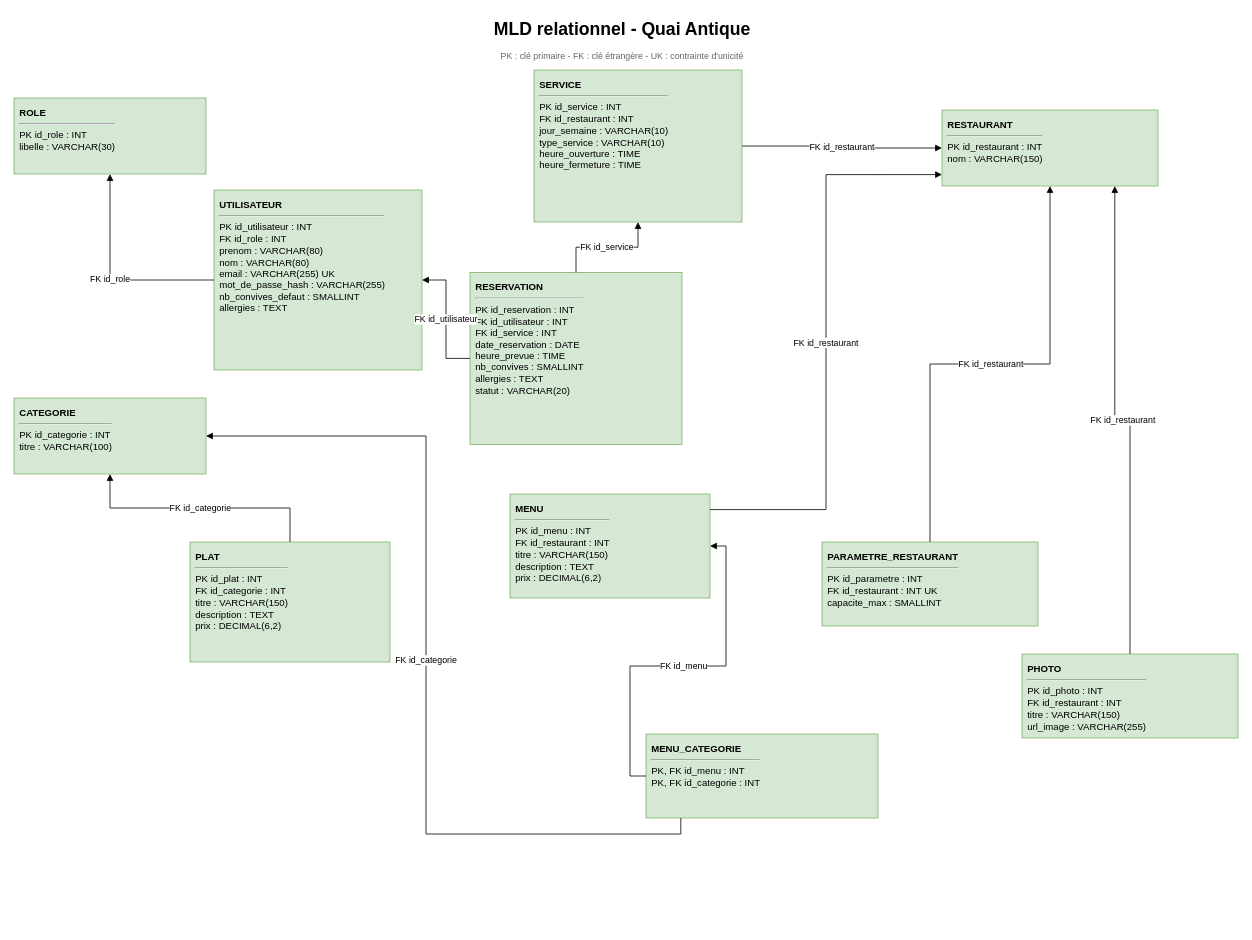
Before: page "02 - MLD Relationnel" (4 of 5) of docs/database/modelisation-quai-antique.drawio in elscribe/quai-antique, a draw.io diagram. Source tidied: cells renumbered, new cells numbered last; positions are measured from the earlier drawing's top-left corner, leaving out a move shared by most shapes. Both pictures are drawn from the tidied source at 80%, with x=0, y=0 at pixel (14, 14).
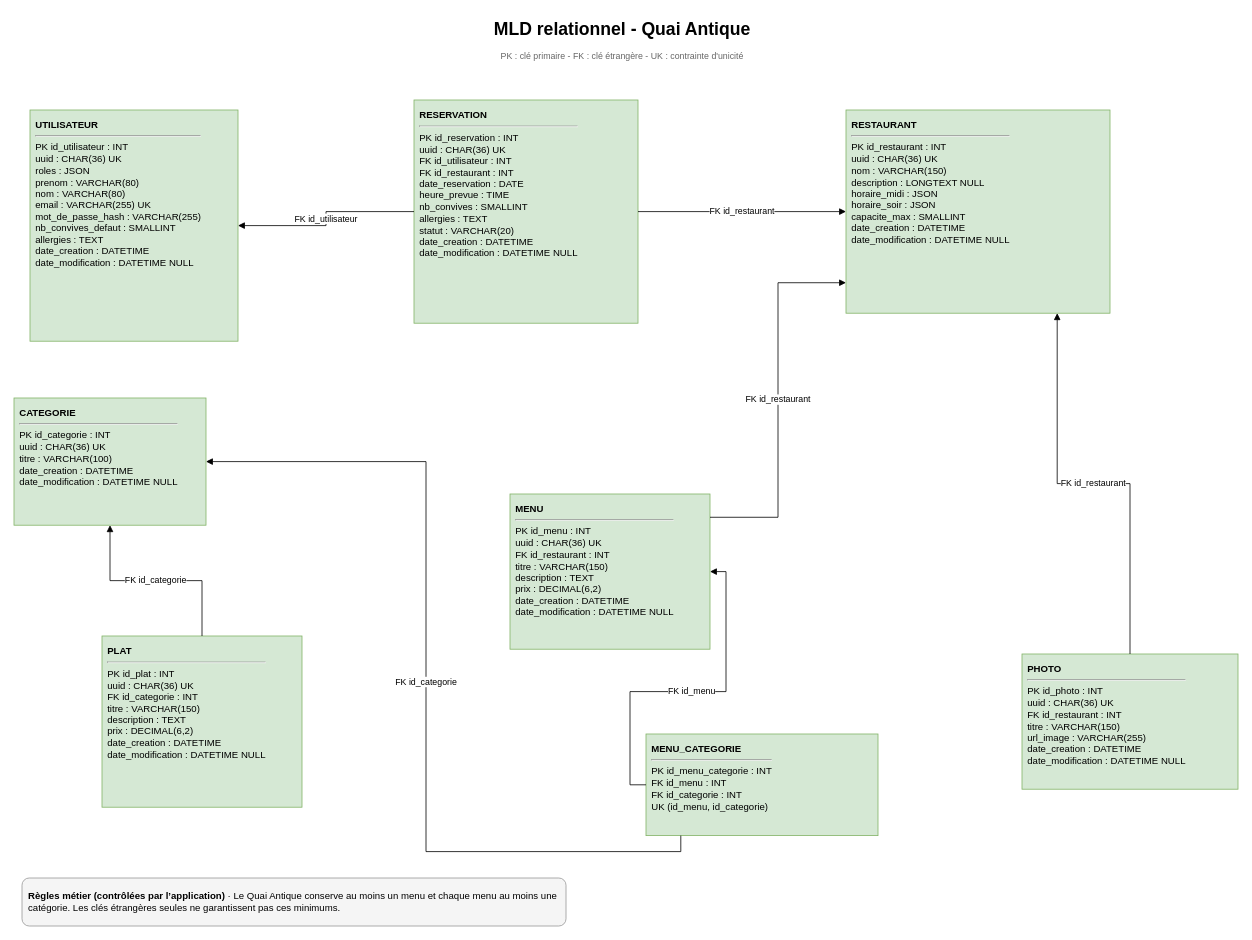
The same page after the edit.

What changed in the source:
```diff
@@
-    <mxCell id="4" value="&lt;b&gt;ROLE&lt;/b&gt;&lt;hr/&gt;PK id_role : INT&lt;br/&gt;libelle : VARCHAR(30)" style="rounded=0;whiteSpace=wrap;html=1;fillColor=#d5e8d4;strokeColor=#82b366;align=left;verticalAlign=top;spacing=7;" parent="1" vertex="1">
-      <mxGeometry y="105" width="240" height="95" as="geometry" />
-    </mxCell>
-    <mxCell id="5" value="&lt;b&gt;UTILISATEUR&lt;/b&gt;&lt;hr/&gt;PK id_utilisateur : INT&lt;br/&gt;FK id_role : INT&lt;br/&gt;prenom : VARCHAR(80)&lt;br/&gt;nom : VARCHAR(80)&lt;br/&gt;email : VARCHAR(255) UK&lt;br/&gt;mot_de_passe_hash : VARCHAR(255)&lt;br/&gt;nb_convives_defaut : SMALLINT&lt;br/&gt;allergies : TEXT" style="rounded=0;whiteSpace=wrap;html=1;fillColor=#d5e8d4;strokeColor=#82b366;align=left;verticalAlign=top;spacing=7;" parent="1" vertex="1">
-      <mxGeometry x="250" y="220" width="260" height="225" as="geometry" />
+    <mxCell id="5" value="&lt;b&gt;UTILISATEUR&lt;/b&gt;&lt;hr/&gt;PK id_utilisateur : INT&lt;br/&gt;uuid : CHAR(36) UK&lt;br/&gt;roles : JSON&lt;br/&gt;prenom : VARCHAR(80)&lt;br/&gt;nom : VARCHAR(80)&lt;br/&gt;email : VARCHAR(255) UK&lt;br/&gt;mot_de_passe_hash : VARCHAR(255)&lt;br/&gt;nb_convives_defaut : SMALLINT&lt;br/&gt;allergies : TEXT&lt;br/&gt;date_creation : DATETIME&lt;br/&gt;date_modification : DATETIME NULL" style="rounded=0;whiteSpace=wrap;html=1;fillColor=#d5e8d4;strokeColor=#82b366;align=left;verticalAlign=top;spacing=7;" parent="1" vertex="1">
+      <mxGeometry x="20" y="120" width="260" height="289" as="geometry" />
     </mxCell>
-    <mxCell id="6" value="&lt;b&gt;RESERVATION&lt;/b&gt;&lt;hr/&gt;PK id_reservation : INT&lt;br/&gt;FK id_utilisateur : INT&lt;br/&gt;FK id_service : INT&lt;br/&gt;date_reservation : DATE&lt;br/&gt;heure_prevue : TIME&lt;br/&gt;nb_convives : SMALLINT&lt;br/&gt;allergies : TEXT&lt;br/&gt;statut : VARCHAR(20)" style="rounded=0;whiteSpace=wrap;html=1;fillColor=#d5e8d4;strokeColor=#82b366;align=left;verticalAlign=top;spacing=7;" parent="1" vertex="1">
-      <mxGeometry x="570" y="323" width="265" height="215" as="geometry" />
+    <mxCell id="6" value="&lt;b&gt;RESERVATION&lt;/b&gt;&lt;hr/&gt;PK id_reservation : INT&lt;br/&gt;uuid : CHAR(36) UK&lt;br/&gt;FK id_utilisateur : INT&lt;br/&gt;FK id_restaurant : INT&lt;br/&gt;date_reservation : DATE&lt;br/&gt;heure_prevue : TIME&lt;br/&gt;nb_convives : SMALLINT&lt;br/&gt;allergies : TEXT&lt;br/&gt;statut : VARCHAR(20)&lt;br/&gt;date_creation : DATETIME&lt;br/&gt;date_modification : DATETIME NULL" style="rounded=0;whiteSpace=wrap;html=1;fillColor=#d5e8d4;strokeColor=#82b366;align=left;verticalAlign=top;spacing=7;" parent="1" vertex="1">
+      <mxGeometry x="500" y="107.5" width="280" height="279" as="geometry" />
     </mxCell>
-    <mxCell id="7" value="&lt;b&gt;SERVICE&lt;/b&gt;&lt;hr/&gt;PK id_service : INT&lt;br/&gt;FK id_restaurant : INT&lt;br/&gt;jour_semaine : VARCHAR(10)&lt;br/&gt;type_service : VARCHAR(10)&lt;br/&gt;heure_ouverture : TIME&lt;br/&gt;heure_fermeture : TIME" style="rounded=0;whiteSpace=wrap;html=1;fillColor=#d5e8d4;strokeColor=#82b366;align=left;verticalAlign=top;spacing=7;" parent="1" vertex="1">
-      <mxGeometry x="650" y="70" width="260" height="190" as="geometry" />
-    </mxCell>
-    <mxCell id="8" value="&lt;b&gt;PARAMETRE_RESTAURANT&lt;/b&gt;&lt;hr/&gt;PK id_parametre : INT&lt;br/&gt;FK id_restaurant : INT UK&lt;br/&gt;capacite_max : SMALLINT" style="rounded=0;whiteSpace=wrap;html=1;fillColor=#d5e8d4;strokeColor=#82b366;align=left;verticalAlign=top;spacing=7;" parent="1" vertex="1">
-      <mxGeometry x="1010" y="660" width="270" height="105" as="geometry" />
-    </mxCell>
-    <mxCell id="9" value="&lt;b&gt;CATEGORIE&lt;/b&gt;&lt;hr/&gt;PK id_categorie : INT&lt;br/&gt;titre : VARCHAR(100)" style="rounded=0;whiteSpace=wrap;html=1;fillColor=#d5e8d4;strokeColor=#82b366;align=left;verticalAlign=top;spacing=7;" parent="1" vertex="1">
-      <mxGeometry y="480" width="240" height="95" as="geometry" />
+    <mxCell id="9" value="&lt;b&gt;CATEGORIE&lt;/b&gt;&lt;hr/&gt;PK id_categorie : INT&lt;br/&gt;uuid : CHAR(36) UK&lt;br/&gt;titre : VARCHAR(100)&lt;br/&gt;date_creation : DATETIME&lt;br/&gt;date_modification : DATETIME NULL" style="rounded=0;whiteSpace=wrap;html=1;fillColor=#d5e8d4;strokeColor=#82b366;align=left;verticalAlign=top;spacing=7;" parent="1" vertex="1">
+      <mxGeometry y="480" width="240" height="159" as="geometry" />
     </mxCell>
-    <mxCell id="10" value="&lt;b&gt;PLAT&lt;/b&gt;&lt;hr/&gt;PK id_plat : INT&lt;br/&gt;FK id_categorie : INT&lt;br/&gt;titre : VARCHAR(150)&lt;br/&gt;description : TEXT&lt;br/&gt;prix : DECIMAL(6,2)" style="rounded=0;whiteSpace=wrap;html=1;fillColor=#d5e8d4;strokeColor=#82b366;align=left;verticalAlign=top;spacing=7;" parent="1" vertex="1">
-      <mxGeometry x="220" y="660" width="250" height="150" as="geometry" />
+    <mxCell id="10" value="&lt;b&gt;PLAT&lt;/b&gt;&lt;hr/&gt;PK id_plat : INT&lt;br/&gt;uuid : CHAR(36) UK&lt;br/&gt;FK id_categorie : INT&lt;br/&gt;titre : VARCHAR(150)&lt;br/&gt;description : TEXT&lt;br/&gt;prix : DECIMAL(6,2)&lt;br/&gt;date_creation : DATETIME&lt;br/&gt;date_modification : DATETIME NULL" style="rounded=0;whiteSpace=wrap;html=1;fillColor=#d5e8d4;strokeColor=#82b366;align=left;verticalAlign=top;spacing=7;" parent="1" vertex="1">
+      <mxGeometry x="110" y="777.5" width="250" height="214" as="geometry" />
     </mxCell>
-    <mxCell id="11" value="&lt;b&gt;MENU&lt;/b&gt;&lt;hr/&gt;PK id_menu : INT&lt;br/&gt;FK id_restaurant : INT&lt;br/&gt;titre : VARCHAR(150)&lt;br/&gt;description : TEXT&lt;br/&gt;prix : DECIMAL(6,2)" style="rounded=0;whiteSpace=wrap;html=1;fillColor=#d5e8d4;strokeColor=#82b366;align=left;verticalAlign=top;spacing=7;" parent="1" vertex="1">
-      <mxGeometry x="620" y="600" width="250" height="130" as="geometry" />
+    <mxCell id="11" value="&lt;b&gt;MENU&lt;/b&gt;&lt;hr/&gt;PK id_menu : INT&lt;br/&gt;uuid : CHAR(36) UK&lt;br/&gt;FK id_restaurant : INT&lt;br/&gt;titre : VARCHAR(150)&lt;br/&gt;description : TEXT&lt;br/&gt;prix : DECIMAL(6,2)&lt;br/&gt;date_creation : DATETIME&lt;br/&gt;date_modification : DATETIME NULL" style="rounded=0;whiteSpace=wrap;html=1;fillColor=#d5e8d4;strokeColor=#82b366;align=left;verticalAlign=top;spacing=7;" parent="1" vertex="1">
+      <mxGeometry x="620" y="600" width="250" height="194" as="geometry" />
     </mxCell>
-    <mxCell id="12" value="&lt;b&gt;PHOTO&lt;/b&gt;&lt;hr/&gt;PK id_photo : INT&lt;br/&gt;FK id_restaurant : INT&lt;br/&gt;titre : VARCHAR(150)&lt;br/&gt;url_image : VARCHAR(255)" style="rounded=0;whiteSpace=wrap;html=1;fillColor=#d5e8d4;strokeColor=#82b366;align=left;verticalAlign=top;spacing=7;" parent="1" vertex="1">
-      <mxGeometry x="1260" y="800" width="270" height="105" as="geometry" />
+    <mxCell id="12" value="&lt;b&gt;PHOTO&lt;/b&gt;&lt;hr/&gt;PK id_photo : INT&lt;br/&gt;uuid : CHAR(36) UK&lt;br/&gt;FK id_restaurant : INT&lt;br/&gt;titre : VARCHAR(150)&lt;br/&gt;url_image : VARCHAR(255)&lt;br/&gt;date_creation : DATETIME&lt;br/&gt;date_modification : DATETIME NULL" style="rounded=0;whiteSpace=wrap;html=1;fillColor=#d5e8d4;strokeColor=#82b366;align=left;verticalAlign=top;spacing=7;" parent="1" vertex="1">
+      <mxGeometry x="1260" y="800" width="270" height="169" as="geometry" />
     </mxCell>
-    <mxCell id="13" value="FK id_role" style="edgeStyle=orthogonalEdgeStyle;rounded=0;jettySize=auto;html=1;endArrow=block;endFill=1;fontSize=11;" parent="1" edge="1" source="5" target="4">
-      <mxGeometry relative="1" as="geometry" />
-    </mxCell>
@@
-    <mxCell id="15" value="FK id_service" style="edgeStyle=orthogonalEdgeStyle;rounded=0;jettySize=auto;html=1;endArrow=block;endFill=1;fontSize=11;" parent="1" edge="1" source="6" target="7">
+    <mxCell id="15" value="FK id_restaurant" style="endArrow=block;endFill=1;html=1;fontSize=11;edgeStyle=none;exitX=1;exitY=0.5;entryX=0;entryY=0.5;" parent="1" edge="1" source="6" target="19">
       <mxGeometry relative="1" as="geometry" />
     </mxCell>
-    <mxCell id="16" value="FK id_restaurant" style="edgeStyle=orthogonalEdgeStyle;rounded=0;jettySize=auto;html=1;endArrow=block;endFill=1;fontSize=11;" parent="1" edge="1" source="7" target="19">
-      <mxGeometry relative="1" as="geometry" />
-    </mxCell>
@@
-    <mxCell id="18" value="&lt;b&gt;MENU_CATEGORIE&lt;/b&gt;&lt;hr/&gt;PK, FK id_menu : INT&lt;br/&gt;PK, FK id_categorie : INT" style="rounded=0;whiteSpace=wrap;html=1;fillColor=#d5e8d4;strokeColor=#82b366;align=left;verticalAlign=top;spacing=7;" parent="1" vertex="1">
-      <mxGeometry x="790" y="900" width="290" height="105" as="geometry" />
+    <mxCell id="18" value="&lt;b&gt;MENU_CATEGORIE&lt;/b&gt;&lt;hr/&gt;PK id_menu_categorie : INT&lt;br/&gt;FK id_menu : INT&lt;br/&gt;FK id_categorie : INT&lt;br/&gt;UK (id_menu, id_categorie)" style="rounded=0;whiteSpace=wrap;html=1;fillColor=#d5e8d4;strokeColor=#82b366;align=left;verticalAlign=top;spacing=7;" parent="1" vertex="1">
+      <mxGeometry x="790" y="900" width="290" height="127" as="geometry" />
     </mxCell>
-    <mxCell id="19" value="&lt;b&gt;RESTAURANT&lt;/b&gt;&lt;hr/&gt;PK id_restaurant : INT&lt;br/&gt;nom : VARCHAR(150)" style="rounded=0;whiteSpace=wrap;html=1;fillColor=#d5e8d4;strokeColor=#82b366;align=left;verticalAlign=top;spacing=7;" parent="1" vertex="1">
-      <mxGeometry x="1160" y="120" width="270" height="95" as="geometry" />
+    <mxCell id="19" value="&lt;b&gt;RESTAURANT&lt;/b&gt;&lt;hr/&gt;PK id_restaurant : INT&lt;br/&gt;uuid : CHAR(36) UK&lt;br/&gt;nom : VARCHAR(150)&lt;br/&gt;description : LONGTEXT NULL&lt;br/&gt;horaire_midi : JSON&lt;br/&gt;horaire_soir : JSON&lt;br/&gt;capacite_max : SMALLINT&lt;br/&gt;date_creation : DATETIME&lt;br/&gt;date_modification : DATETIME NULL" style="rounded=0;whiteSpace=wrap;html=1;fillColor=#d5e8d4;strokeColor=#82b366;align=left;verticalAlign=top;spacing=7;" parent="1" vertex="1">
+      <mxGeometry x="1040" y="120" width="330" height="254" as="geometry" />
     </mxCell>
-    <mxCell id="20" value="FK id_restaurant" style="edgeStyle=orthogonalEdgeStyle;rounded=0;jettySize=auto;html=1;endArrow=block;endFill=1;exitX=0.5;exitY=0;entryX=0.5;entryY=1;" parent="1" edge="1" source="8" target="19">
-      <mxGeometry relative="1" as="geometry" />
-    </mxCell>
@@
+    <mxCell id="25" value="&lt;b&gt;Règles métier (contrôlées par l’application)&lt;/b&gt; · Le Quai Antique conserve au moins un menu et chaque menu au moins une catégorie. Les clés étrangères seules ne garantissent pas ces minimums." style="rounded=1;whiteSpace=wrap;html=1;fillColor=#f5f5f5;strokeColor=#999999;align=left;verticalAlign=middle;spacing=8;fontSize=12;" parent="1" vertex="1">
+      <mxGeometry x="10" y="1080" width="680" height="60" as="geometry" />
+    </mxCell>
```
